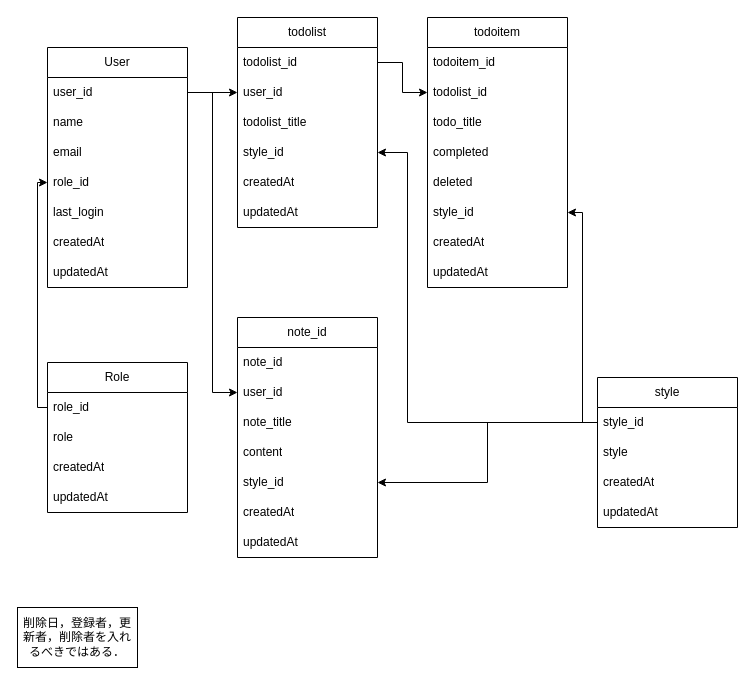
Above: todolist-er.drawio in suda-3156/todolist (draw.io), before the change. Source tidied: cells renumbered, new cells numbered last; positions are measured from the earlier drawing's top-left corner, leaving out a move shared by most shapes. Both pictures are drawn from the tidied source at 100%, with x=0, y=0 at pixel (17, 17).
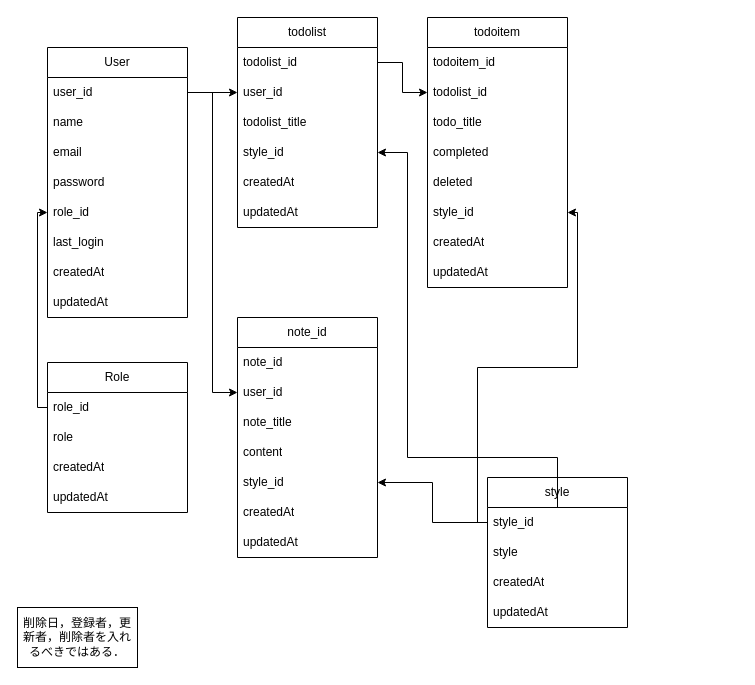
After the change.

The change refers to these unchanged cells:
```xml
<mxCell id="31" value="style_id" style="text;strokeColor=none;fillColor=none;align=left;verticalAlign=middle;spacingLeft=4;spacingRight=4;overflow=hidden;points=[[0,0.5],[1,0.5]];portConstraint=eastwest;whiteSpace=wrap;html=1;" parent="27" vertex="1">
  <mxGeometry y="120" width="140" height="30" as="geometry" />
</mxCell>
<mxCell id="45" value="style_id" style="text;strokeColor=none;fillColor=none;align=left;verticalAlign=middle;spacingLeft=4;spacingRight=4;overflow=hidden;points=[[0,0.5],[1,0.5]];portConstraint=eastwest;whiteSpace=wrap;html=1;" parent="44" vertex="1">
  <mxGeometry y="30" width="140" height="30" as="geometry" />
</mxCell>
```

What changed in the source:
```diff
@@
     <mxCell id="2" value="User" style="swimlane;fontStyle=0;horizontal=1;startSize=30;whiteSpace=wrap;html=1;" parent="1" vertex="1">
-      <mxGeometry x="30" y="30" width="140" height="240" as="geometry" />
+      <mxGeometry x="30" y="30" width="140" height="270" as="geometry" />
     </mxCell>
@@
+    <mxCell id="52" value="password" style="text;strokeColor=none;fillColor=none;align=left;verticalAlign=middle;spacingLeft=4;spacingRight=4;overflow=hidden;whiteSpace=wrap;html=1;" parent="2" vertex="1">
+      <mxGeometry y="120" width="140" height="30" as="geometry" />
+    </mxCell>
     <mxCell id="6" value="role_id" style="text;strokeColor=none;fillColor=none;align=left;verticalAlign=middle;spacingLeft=4;spacingRight=4;overflow=hidden;points=[[0,0.5],[1,0.5]];portConstraint=eastwest;whiteSpace=wrap;html=1;" parent="2" vertex="1">
-      <mxGeometry y="120" width="140" height="30" as="geometry" />
+      <mxGeometry y="150" width="140" height="30" as="geometry" />
     </mxCell>
     <mxCell id="7" value="last_login" style="text;strokeColor=none;fillColor=none;align=left;verticalAlign=middle;spacingLeft=4;spacingRight=4;overflow=hidden;whiteSpace=wrap;html=1;" parent="2" vertex="1">
-      <mxGeometry y="150" width="140" height="30" as="geometry" />
+      <mxGeometry y="180" width="140" height="30" as="geometry" />
     </mxCell>
     <mxCell id="8" value="createdAt" style="text;strokeColor=none;fillColor=none;align=left;verticalAlign=middle;spacingLeft=4;spacingRight=4;overflow=hidden;whiteSpace=wrap;html=1;" parent="2" vertex="1">
-      <mxGeometry y="180" width="140" height="30" as="geometry" />
+      <mxGeometry y="210" width="140" height="30" as="geometry" />
     </mxCell>
     <mxCell id="9" value="updatedAt" style="text;strokeColor=none;fillColor=none;align=left;verticalAlign=middle;spacingLeft=4;spacingRight=4;overflow=hidden;whiteSpace=wrap;html=1;" parent="2" vertex="1">
-      <mxGeometry y="210" width="140" height="30" as="geometry" />
+      <mxGeometry y="240" width="140" height="30" as="geometry" />
     </mxCell>
@@
     <mxCell id="44" value="style" style="swimlane;fontStyle=0;horizontal=1;startSize=30;whiteSpace=wrap;html=1;" parent="1" vertex="1">
-      <mxGeometry x="580" y="360" width="140" height="150" as="geometry" />
+      <mxGeometry x="470" y="460" width="140" height="150" as="geometry" />
     </mxCell>
@@
     <mxCell id="51" style="edgeStyle=orthogonalEdgeStyle;rounded=0;html=1;entryX=1;entryY=0.5;entryDx=0;entryDy=0;" parent="1" edge="1" source="45" target="31">
       <mxGeometry relative="1" as="geometry">
         <Array as="points">
-          <mxPoint x="390" y="405" />
+          <mxPoint x="540" y="440" />
+          <mxPoint x="390" y="440" />
           <mxPoint x="390" y="135" />
         </Array>
       </mxGeometry>
     </mxCell>
```
